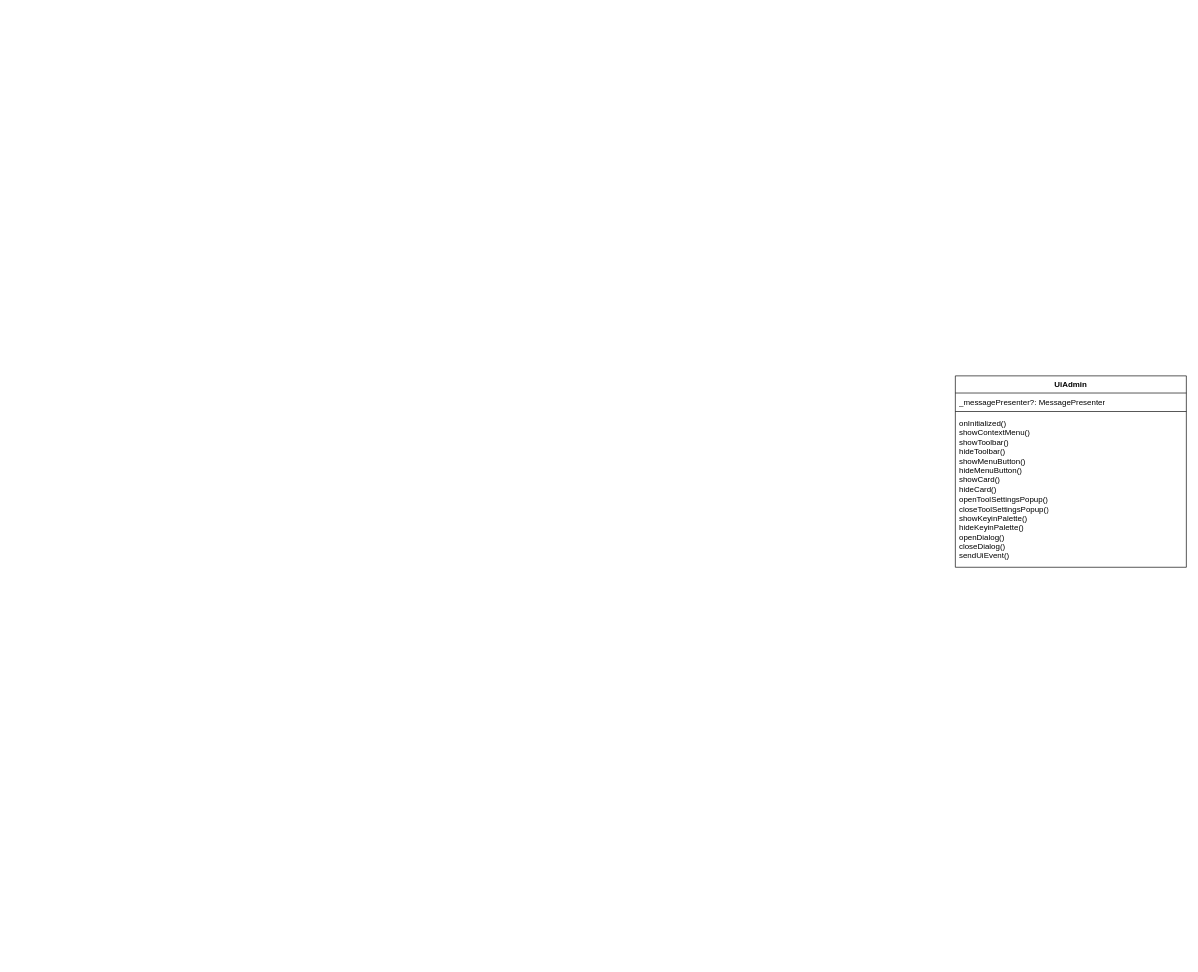
Above: itwinjs.drawio in feelapi/diagram (draw.io), before the change. Source tidied: cells renumbered, new cells numbered last; positions are measured from the earlier drawing's top-left corner, leaving out a move shared by most shapes. Both pictures are drawn from the tidied source at 66%, with x=0, y=0 at pixel (955, 376).
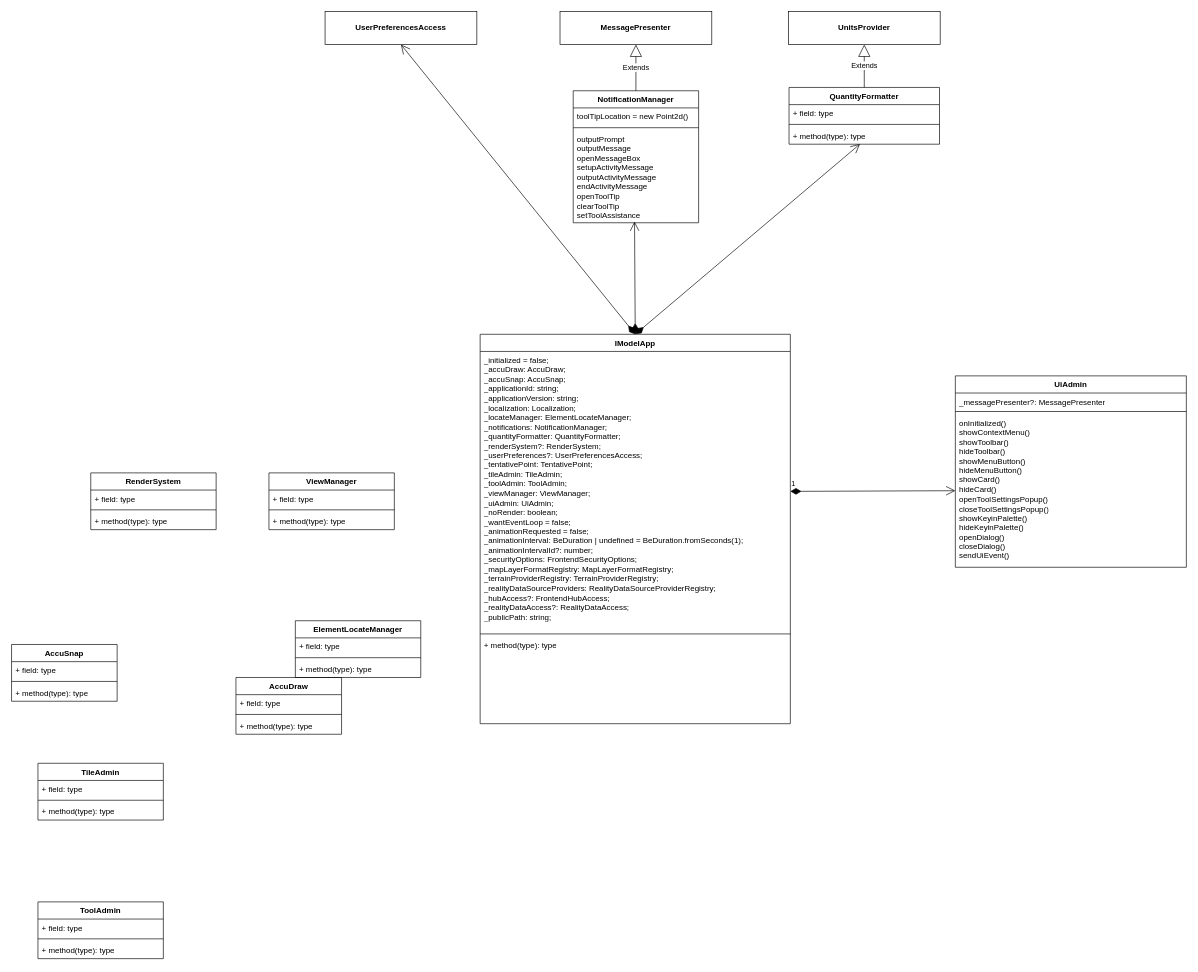
The same page after the edit.

Unchanged cells that the change refers to:
```xml
<mxCell id="5" value="onInitialized()&lt;div&gt;showContextMenu()&lt;br&gt;&lt;/div&gt;&lt;div&gt;showToolbar()&lt;br&gt;&lt;/div&gt;&lt;div&gt;hideToolbar()&lt;br&gt;&lt;/div&gt;&lt;div&gt;showMenuButton()&lt;br&gt;&lt;/div&gt;&lt;div&gt;hideMenuButton()&lt;br&gt;&lt;/div&gt;&lt;div&gt;showCard()&lt;br&gt;&lt;/div&gt;&lt;div&gt;hideCard()&lt;br&gt;&lt;/div&gt;&lt;div&gt;openToolSettingsPopup()&lt;br&gt;&lt;/div&gt;&lt;div&gt;closeToolSettingsPopup()&lt;br&gt;&lt;/div&gt;&lt;div&gt;showKeyinPalette()&lt;br&gt;&lt;/div&gt;&lt;div&gt;hideKeyinPalette()&lt;br&gt;&lt;/div&gt;&lt;div&gt;openDialog()&lt;br&gt;&lt;/div&gt;&lt;div&gt;closeDialog()&lt;br&gt;&lt;/div&gt;&lt;div&gt;sendUiEvent()&lt;br&gt;&lt;/div&gt;" style="text;strokeColor=none;fillColor=none;align=left;verticalAlign=top;spacingLeft=4;spacingRight=4;overflow=hidden;points=[[0,0.5],[1,0.5]];portConstraint=eastwest;whiteSpace=wrap;html=1;" parent="2" vertex="1">
  <mxGeometry y="58" width="350" height="232" as="geometry" />
</mxCell>
```

Diff of the diagram source:
```diff
@@
+    <mxCell id="6" value="IModelApp" style="swimlane;fontStyle=1;align=center;verticalAlign=top;horizontal=1;startSize=26;whiteSpace=wrap;html=1;" parent="1" vertex="1">
+      <mxGeometry x="-720" y="-63" width="470" height="590" as="geometry" />
+    </mxCell>
+    <mxCell id="7" value="&lt;div&gt;_initialized = false;&lt;/div&gt;&lt;div&gt;_accuDraw: AccuDraw;&lt;/div&gt;&lt;div&gt;_accuSnap: AccuSnap;&lt;/div&gt;&lt;div&gt;_applicationId: string;&lt;/div&gt;&lt;div&gt;_applicationVersion: string;&lt;/div&gt;&lt;div&gt;_localization: Localization;&lt;/div&gt;&lt;div&gt;_locateManager: ElementLocateManager;&lt;/div&gt;&lt;div&gt;_notifications: NotificationManager;&lt;/div&gt;&lt;div&gt;_quantityFormatter: QuantityFormatter;&lt;/div&gt;&lt;div&gt;_renderSystem?: RenderSystem;&lt;/div&gt;&lt;div&gt;_userPreferences?: UserPreferencesAccess;&lt;/div&gt;&lt;div&gt;_tentativePoint: TentativePoint;&lt;/div&gt;&lt;div&gt;_tileAdmin: TileAdmin;&lt;/div&gt;&lt;div&gt;_toolAdmin: ToolAdmin;&lt;/div&gt;&lt;div&gt;_viewManager: ViewManager;&lt;/div&gt;&lt;div&gt;_uiAdmin: UiAdmin;&lt;/div&gt;&lt;div&gt;_noRender: boolean;&lt;/div&gt;&lt;div&gt;_wantEventLoop = false;&lt;/div&gt;&lt;div&gt;_animationRequested = false;&lt;/div&gt;&lt;div&gt;_animationInterval: BeDuration | undefined = BeDuration.fromSeconds(1);&lt;/div&gt;&lt;div&gt;_animationIntervalId?: number;&lt;/div&gt;&lt;div&gt;_securityOptions: FrontendSecurityOptions;&lt;/div&gt;&lt;div&gt;_mapLayerFormatRegistry: MapLayerFormatRegistry;&lt;/div&gt;&lt;div&gt;_terrainProviderRegistry: TerrainProviderRegistry;&lt;/div&gt;&lt;div&gt;_realityDataSourceProviders: RealityDataSourceProviderRegistry;&lt;/div&gt;&lt;div&gt;_hubAccess?: FrontendHubAccess;&lt;/div&gt;&lt;div&gt;_realityDataAccess?: RealityDataAccess;&lt;/div&gt;&lt;div&gt;_publicPath: string;&lt;/div&gt;" style="text;strokeColor=none;fillColor=none;align=left;verticalAlign=top;spacingLeft=4;spacingRight=4;overflow=hidden;points=[[0,0.5],[1,0.5]];portConstraint=eastwest;whiteSpace=wrap;html=1;" parent="6" vertex="1">
+      <mxGeometry y="26" width="470" height="424" as="geometry" />
+    </mxCell>
+    <mxCell id="8" style="line;strokeWidth=1;fillColor=none;align=left;verticalAlign=middle;spacingTop=-1;spacingLeft=3;spacingRight=3;labelPosition=right;strokeColor=inherit;" parent="6" vertex="1">
+      <mxGeometry y="450" width="470" height="8" as="geometry" />
+    </mxCell>
+    <mxCell id="9" value="+ method(type): type" style="text;strokeColor=none;fillColor=none;align=left;verticalAlign=top;spacingLeft=4;spacingRight=4;overflow=hidden;whiteSpace=wrap;html=1;" parent="6" vertex="1">
+      <mxGeometry y="458" width="470" height="132" as="geometry" />
+    </mxCell>
+    <mxCell id="10" value="1" style="endArrow=open;html=1;endSize=12;startArrow=diamondThin;startSize=14;startFill=1;align=left;verticalAlign=bottom;rounded=0;entryX=0;entryY=0.5;entryDx=0;entryDy=0;exitX=1;exitY=0.5;exitDx=0;exitDy=0;" parent="1" edge="1" source="7" target="5">
+      <mxGeometry x="-1" y="3" relative="1" as="geometry" />
+    </mxCell>
+    <mxCell id="11" value="AccuDraw" style="swimlane;fontStyle=1;align=center;verticalAlign=top;horizontal=1;startSize=26;whiteSpace=wrap;html=1;" parent="1" vertex="1">
+      <mxGeometry x="-1090" y="457" width="160" height="86" as="geometry" />
+    </mxCell>
+    <mxCell id="12" value="+ field: type" style="text;strokeColor=none;fillColor=none;align=left;verticalAlign=top;spacingLeft=4;spacingRight=4;overflow=hidden;whiteSpace=wrap;html=1;" parent="11" vertex="1">
+      <mxGeometry y="26" width="160" height="26" as="geometry" />
+    </mxCell>
+    <mxCell id="13" style="line;strokeWidth=1;fillColor=none;align=left;verticalAlign=middle;spacingTop=-1;spacingLeft=3;spacingRight=3;labelPosition=right;strokeColor=inherit;" parent="11" vertex="1">
+      <mxGeometry y="52" width="160" height="8" as="geometry" />
+    </mxCell>
+    <mxCell id="14" value="+ method(type): type" style="text;strokeColor=none;fillColor=none;align=left;verticalAlign=top;spacingLeft=4;spacingRight=4;overflow=hidden;whiteSpace=wrap;html=1;" parent="11" vertex="1">
+      <mxGeometry y="60" width="160" height="26" as="geometry" />
+    </mxCell>
+    <mxCell id="15" value="AccuSnap" style="swimlane;fontStyle=1;align=center;verticalAlign=top;horizontal=1;startSize=26;whiteSpace=wrap;html=1;" parent="1" vertex="1">
+      <mxGeometry x="-1430" y="407" width="160" height="86" as="geometry" />
+    </mxCell>
+    <mxCell id="16" value="+ field: type" style="text;strokeColor=none;fillColor=none;align=left;verticalAlign=top;spacingLeft=4;spacingRight=4;overflow=hidden;whiteSpace=wrap;html=1;" parent="15" vertex="1">
+      <mxGeometry y="26" width="160" height="26" as="geometry" />
+    </mxCell>
+    <mxCell id="17" style="line;strokeWidth=1;fillColor=none;align=left;verticalAlign=middle;spacingTop=-1;spacingLeft=3;spacingRight=3;labelPosition=right;strokeColor=inherit;" parent="15" vertex="1">
+      <mxGeometry y="52" width="160" height="8" as="geometry" />
+    </mxCell>
+    <mxCell id="18" value="+ method(type): type" style="text;strokeColor=none;fillColor=none;align=left;verticalAlign=top;spacingLeft=4;spacingRight=4;overflow=hidden;whiteSpace=wrap;html=1;" parent="15" vertex="1">
+      <mxGeometry y="60" width="160" height="26" as="geometry" />
+    </mxCell>
+    <mxCell id="19" value="ElementLocateManager" style="swimlane;fontStyle=1;align=center;verticalAlign=top;horizontal=1;startSize=26;whiteSpace=wrap;html=1;" parent="1" vertex="1">
+      <mxGeometry x="-1000" y="371" width="190" height="86" as="geometry" />
+    </mxCell>
+    <mxCell id="20" value="+ field: type" style="text;strokeColor=none;fillColor=none;align=left;verticalAlign=top;spacingLeft=4;spacingRight=4;overflow=hidden;whiteSpace=wrap;html=1;" parent="19" vertex="1">
+      <mxGeometry y="26" width="190" height="26" as="geometry" />
+    </mxCell>
+    <mxCell id="21" style="line;strokeWidth=1;fillColor=none;align=left;verticalAlign=middle;spacingTop=-1;spacingLeft=3;spacingRight=3;labelPosition=right;strokeColor=inherit;" parent="19" vertex="1">
+      <mxGeometry y="52" width="190" height="8" as="geometry" />
+    </mxCell>
+    <mxCell id="22" value="+ method(type): type" style="text;strokeColor=none;fillColor=none;align=left;verticalAlign=top;spacingLeft=4;spacingRight=4;overflow=hidden;whiteSpace=wrap;html=1;" parent="19" vertex="1">
+      <mxGeometry y="60" width="190" height="26" as="geometry" />
+    </mxCell>
+    <mxCell id="23" value="NotificationManager" style="swimlane;fontStyle=1;align=center;verticalAlign=top;horizontal=1;startSize=26;whiteSpace=wrap;html=1;" parent="1" vertex="1">
+      <mxGeometry x="-579" y="-432" width="190" height="200" as="geometry" />
+    </mxCell>
+    <mxCell id="24" value="toolTipLocation = new Point2d()" style="text;strokeColor=none;fillColor=none;align=left;verticalAlign=top;spacingLeft=4;spacingRight=4;overflow=hidden;whiteSpace=wrap;html=1;" parent="23" vertex="1">
+      <mxGeometry y="26" width="190" height="26" as="geometry" />
+    </mxCell>
+    <mxCell id="25" style="line;strokeWidth=1;fillColor=none;align=left;verticalAlign=middle;spacingTop=-1;spacingLeft=3;spacingRight=3;labelPosition=right;strokeColor=inherit;" parent="23" vertex="1">
+      <mxGeometry y="52" width="190" height="8" as="geometry" />
+    </mxCell>
+    <mxCell id="26" value="&lt;div&gt;&lt;div&gt;outputPrompt&lt;/div&gt;&lt;div&gt;outputMessage&lt;/div&gt;&lt;div&gt;openMessageBox&lt;/div&gt;&lt;div&gt;setupActivityMessage&lt;/div&gt;&lt;div&gt;outputActivityMessage&lt;/div&gt;&lt;div&gt;endActivityMessage&lt;/div&gt;&lt;div&gt;openToolTip&lt;/div&gt;&lt;div&gt;clearToolTip&lt;/div&gt;&lt;div&gt;setToolAssistance&lt;/div&gt;&lt;/div&gt;" style="text;strokeColor=none;fillColor=none;align=left;verticalAlign=top;spacingLeft=4;spacingRight=4;overflow=hidden;points=[[0,0.5],[1,0.5]];portConstraint=eastwest;whiteSpace=wrap;html=1;" parent="23" vertex="1">
+      <mxGeometry y="60" width="190" height="140" as="geometry" />
+    </mxCell>
+    <mxCell id="27" value="QuantityFormatter" style="swimlane;fontStyle=1;align=center;verticalAlign=top;horizontal=1;startSize=26;whiteSpace=wrap;html=1;" parent="1" vertex="1">
+      <mxGeometry x="-252" y="-437" width="228" height="86" as="geometry" />
+    </mxCell>
+    <mxCell id="28" value="+ field: type" style="text;strokeColor=none;fillColor=none;align=left;verticalAlign=top;spacingLeft=4;spacingRight=4;overflow=hidden;whiteSpace=wrap;html=1;" parent="27" vertex="1">
+      <mxGeometry y="26" width="228" height="26" as="geometry" />
+    </mxCell>
+    <mxCell id="29" style="line;strokeWidth=1;fillColor=none;align=left;verticalAlign=middle;spacingTop=-1;spacingLeft=3;spacingRight=3;labelPosition=right;strokeColor=inherit;" parent="27" vertex="1">
+      <mxGeometry y="52" width="228" height="8" as="geometry" />
+    </mxCell>
+    <mxCell id="30" value="+ method(type): type" style="text;strokeColor=none;fillColor=none;align=left;verticalAlign=top;spacingLeft=4;spacingRight=4;overflow=hidden;points=[[0,0.5],[1,0.5]];portConstraint=eastwest;whiteSpace=wrap;html=1;" parent="27" vertex="1">
+      <mxGeometry y="60" width="228" height="26" as="geometry" />
+    </mxCell>
+    <mxCell id="31" value="RenderSystem" style="swimlane;fontStyle=1;align=center;verticalAlign=top;horizontal=1;startSize=26;whiteSpace=wrap;html=1;" parent="1" vertex="1">
+      <mxGeometry x="-1310" y="147" width="190" height="86" as="geometry" />
+    </mxCell>
+    <mxCell id="32" value="+ field: type" style="text;strokeColor=none;fillColor=none;align=left;verticalAlign=top;spacingLeft=4;spacingRight=4;overflow=hidden;whiteSpace=wrap;html=1;" parent="31" vertex="1">
+      <mxGeometry y="26" width="190" height="26" as="geometry" />
+    </mxCell>
+    <mxCell id="33" style="line;strokeWidth=1;fillColor=none;align=left;verticalAlign=middle;spacingTop=-1;spacingLeft=3;spacingRight=3;labelPosition=right;strokeColor=inherit;" parent="31" vertex="1">
+      <mxGeometry y="52" width="190" height="8" as="geometry" />
+    </mxCell>
+    <mxCell id="34" value="+ method(type): type" style="text;strokeColor=none;fillColor=none;align=left;verticalAlign=top;spacingLeft=4;spacingRight=4;overflow=hidden;whiteSpace=wrap;html=1;" parent="31" vertex="1">
+      <mxGeometry y="60" width="190" height="26" as="geometry" />
+    </mxCell>
+    <mxCell id="35" value="TileAdmin" style="swimlane;fontStyle=1;align=center;verticalAlign=top;horizontal=1;startSize=26;whiteSpace=wrap;html=1;" parent="1" vertex="1">
+      <mxGeometry x="-1390" y="587" width="190" height="86" as="geometry" />
+    </mxCell>
+    <mxCell id="36" value="+ field: type" style="text;strokeColor=none;fillColor=none;align=left;verticalAlign=top;spacingLeft=4;spacingRight=4;overflow=hidden;whiteSpace=wrap;html=1;" parent="35" vertex="1">
+      <mxGeometry y="26" width="190" height="26" as="geometry" />
+    </mxCell>
+    <mxCell id="37" style="line;strokeWidth=1;fillColor=none;align=left;verticalAlign=middle;spacingTop=-1;spacingLeft=3;spacingRight=3;labelPosition=right;strokeColor=inherit;" parent="35" vertex="1">
+      <mxGeometry y="52" width="190" height="8" as="geometry" />
+    </mxCell>
+    <mxCell id="38" value="+ method(type): type" style="text;strokeColor=none;fillColor=none;align=left;verticalAlign=top;spacingLeft=4;spacingRight=4;overflow=hidden;whiteSpace=wrap;html=1;" parent="35" vertex="1">
+      <mxGeometry y="60" width="190" height="26" as="geometry" />
+    </mxCell>
+    <mxCell id="39" value="ToolAdmin" style="swimlane;fontStyle=1;align=center;verticalAlign=top;horizontal=1;startSize=26;whiteSpace=wrap;html=1;" parent="1" vertex="1">
+      <mxGeometry x="-1390" y="797" width="190" height="86" as="geometry" />
+    </mxCell>
+    <mxCell id="40" value="+ field: type" style="text;strokeColor=none;fillColor=none;align=left;verticalAlign=top;spacingLeft=4;spacingRight=4;overflow=hidden;whiteSpace=wrap;html=1;" parent="39" vertex="1">
+      <mxGeometry y="26" width="190" height="26" as="geometry" />
+    </mxCell>
+    <mxCell id="41" style="line;strokeWidth=1;fillColor=none;align=left;verticalAlign=middle;spacingTop=-1;spacingLeft=3;spacingRight=3;labelPosition=right;strokeColor=inherit;" parent="39" vertex="1">
+      <mxGeometry y="52" width="190" height="8" as="geometry" />
+    </mxCell>
+    <mxCell id="42" value="+ method(type): type" style="text;strokeColor=none;fillColor=none;align=left;verticalAlign=top;spacingLeft=4;spacingRight=4;overflow=hidden;whiteSpace=wrap;html=1;" parent="39" vertex="1">
+      <mxGeometry y="60" width="190" height="26" as="geometry" />
+    </mxCell>
+    <mxCell id="43" value="ViewManager" style="swimlane;fontStyle=1;align=center;verticalAlign=top;horizontal=1;startSize=26;whiteSpace=wrap;html=1;" parent="1" vertex="1">
+      <mxGeometry x="-1040" y="147" width="190" height="86" as="geometry" />
+    </mxCell>
+    <mxCell id="44" value="+ field: type" style="text;strokeColor=none;fillColor=none;align=left;verticalAlign=top;spacingLeft=4;spacingRight=4;overflow=hidden;whiteSpace=wrap;html=1;" parent="43" vertex="1">
+      <mxGeometry y="26" width="190" height="26" as="geometry" />
+    </mxCell>
+    <mxCell id="45" style="line;strokeWidth=1;fillColor=none;align=left;verticalAlign=middle;spacingTop=-1;spacingLeft=3;spacingRight=3;labelPosition=right;strokeColor=inherit;" parent="43" vertex="1">
+      <mxGeometry y="52" width="190" height="8" as="geometry" />
+    </mxCell>
+    <mxCell id="46" value="+ method(type): type" style="text;strokeColor=none;fillColor=none;align=left;verticalAlign=top;spacingLeft=4;spacingRight=4;overflow=hidden;whiteSpace=wrap;html=1;" parent="43" vertex="1">
+      <mxGeometry y="60" width="190" height="26" as="geometry" />
+    </mxCell>
+    <mxCell id="47" value="&lt;span style=&quot;font-weight: 700;&quot;&gt;UserPreferencesAccess&lt;/span&gt;" style="html=1;whiteSpace=wrap;" parent="1" vertex="1">
+      <mxGeometry x="-955" y="-552" width="230" height="50" as="geometry" />
+    </mxCell>
+    <mxCell id="48" style="endArrow=open;html=1;endSize=12;startArrow=diamondThin;startSize=14;startFill=1;align=left;verticalAlign=bottom;rounded=0;exitX=0.5;exitY=0;exitDx=0;exitDy=0;entryX=0.5;entryY=1;entryDx=0;entryDy=0;" parent="1" edge="1" source="6" target="47">
+      <mxGeometry x="-1" y="3" relative="1" as="geometry" />
+    </mxCell>
+    <mxCell id="49" value="&lt;span style=&quot;font-weight: 700;&quot;&gt;MessagePresenter&lt;/span&gt;" style="html=1;whiteSpace=wrap;" parent="1" vertex="1">
+      <mxGeometry x="-599" y="-552" width="230" height="50" as="geometry" />
+    </mxCell>
+    <mxCell id="50" value="Extends" style="endArrow=block;endSize=16;endFill=0;html=1;rounded=0;exitX=0.5;exitY=0;exitDx=0;exitDy=0;entryX=0.5;entryY=1;entryDx=0;entryDy=0;" parent="1" edge="1" source="23" target="49">
+      <mxGeometry relative="1" as="geometry" />
+    </mxCell>
+    <mxCell id="51" style="endArrow=open;html=1;endSize=12;startArrow=diamondThin;startSize=14;startFill=1;align=left;verticalAlign=bottom;rounded=0;exitX=0.5;exitY=0;exitDx=0;exitDy=0;entryX=0.489;entryY=0.987;entryDx=0;entryDy=0;entryPerimeter=0;" parent="1" edge="1" source="6" target="26">
+      <mxGeometry x="-1" y="3" relative="1" as="geometry" />
+    </mxCell>
+    <mxCell id="52" value="&lt;b&gt;UnitsProvider&lt;/b&gt;" style="html=1;whiteSpace=wrap;" parent="1" vertex="1">
+      <mxGeometry x="-253" y="-552" width="230" height="50" as="geometry" />
+    </mxCell>
+    <mxCell id="53" value="Extends" style="endArrow=block;endSize=16;endFill=0;html=1;rounded=0;exitX=0.5;exitY=0;exitDx=0;exitDy=0;entryX=0.5;entryY=1;entryDx=0;entryDy=0;" parent="1" edge="1" source="27" target="52">
+      <mxGeometry relative="1" as="geometry" />
+    </mxCell>
+    <mxCell id="54" style="endArrow=open;html=1;endSize=12;startArrow=diamondThin;startSize=14;startFill=1;align=left;verticalAlign=bottom;rounded=0;exitX=0.5;exitY=0;exitDx=0;exitDy=0;entryX=0.472;entryY=0.987;entryDx=0;entryDy=0;entryPerimeter=0;" parent="1" edge="1" source="6" target="30">
+      <mxGeometry x="-1" y="3" relative="1" as="geometry" />
+    </mxCell>
```
